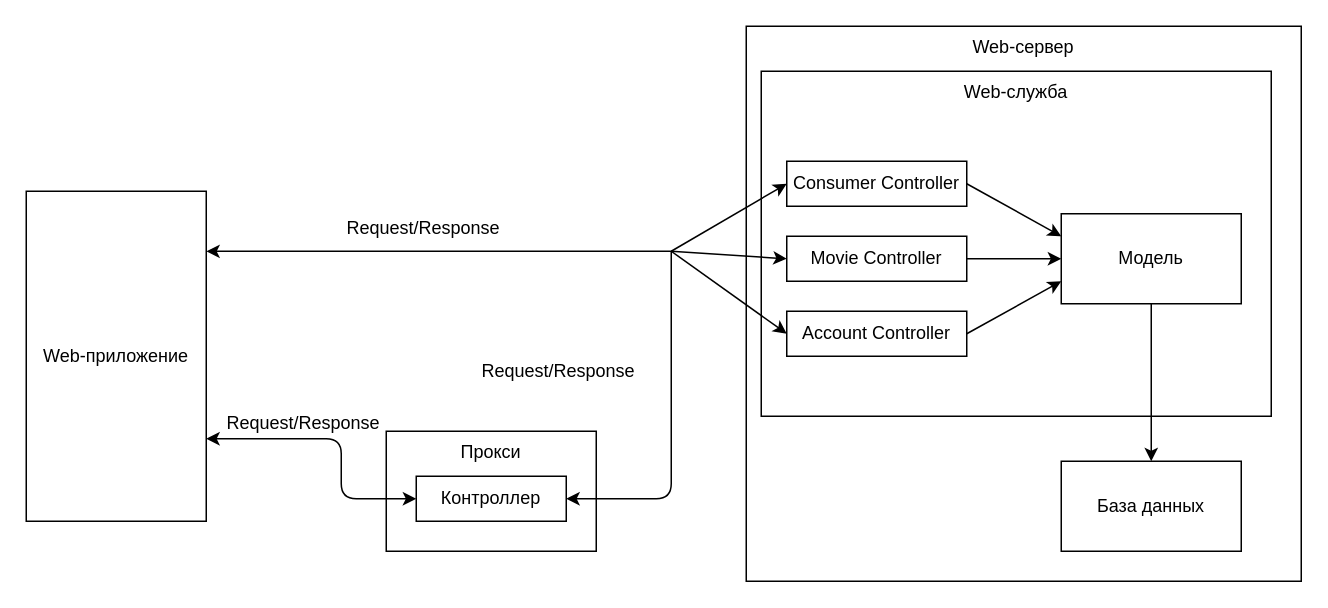
The draw.io diagram Untitled Diagram.drawio in NikitaMasl/autumnNIR, before the edit. Source tidied: cells renumbered, new cells numbered last; positions are measured from the earlier drawing's top-left corner, leaving out a move shared by most shapes. Both pictures are drawn from the tidied source at 150%, with x=0, y=0 at pixel (26, 26).
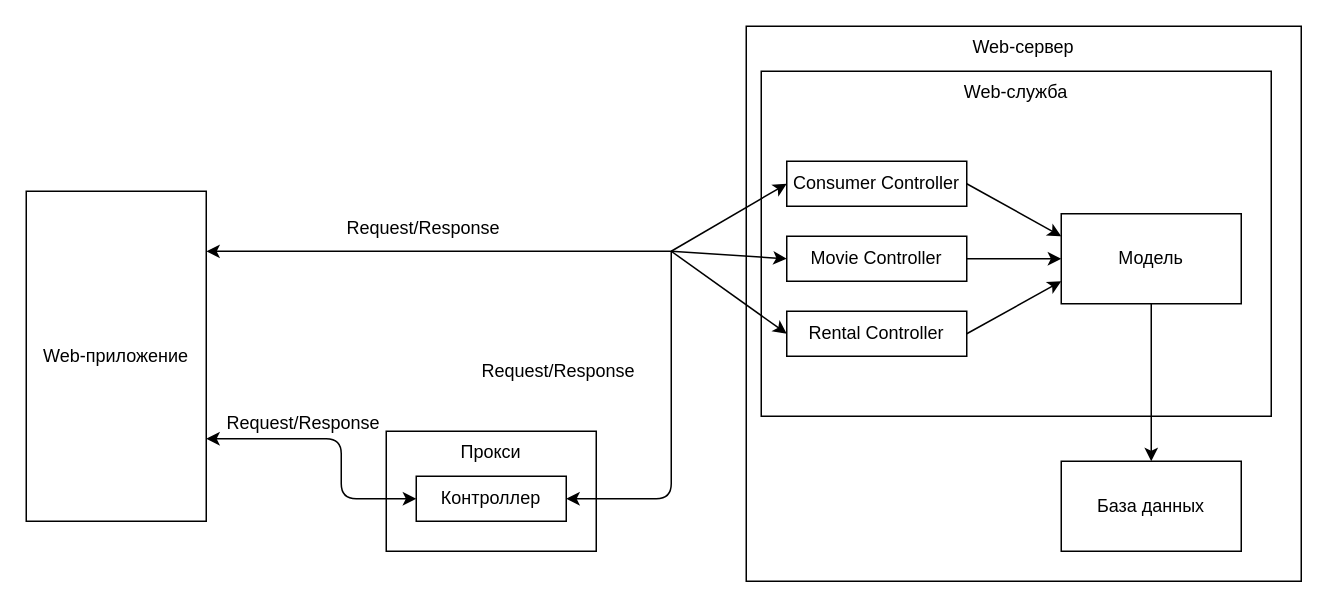
The same page after the edit.

What changed in the source:
```diff
@@
-    <mxCell id="16" value="Account Controller" style="rounded=0;whiteSpace=wrap;html=1;" parent="1" vertex="1">
+    <mxCell id="16" value="Rental Controller" style="rounded=0;whiteSpace=wrap;html=1;" parent="1" vertex="1">
       <mxGeometry x="507" y="190" width="120" height="30" as="geometry" />
     </mxCell>
```
